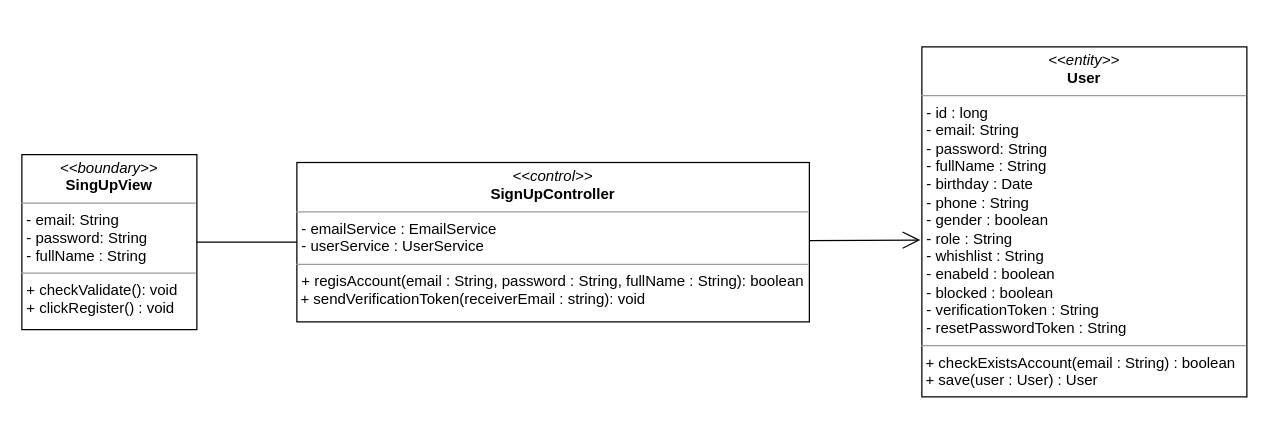
nguyenphamvan/datn_20202 keeps this draw.io diagram as class diagram/register-class-diagram.drawio. Above is the earlier version. Source tidied: cells renumbered, new cells numbered last; positions are measured from the earlier drawing's top-left corner, leaving out a move shared by most shapes. Both pictures are drawn from the tidied source at 125%, with x=0, y=0 at pixel (21, 46).
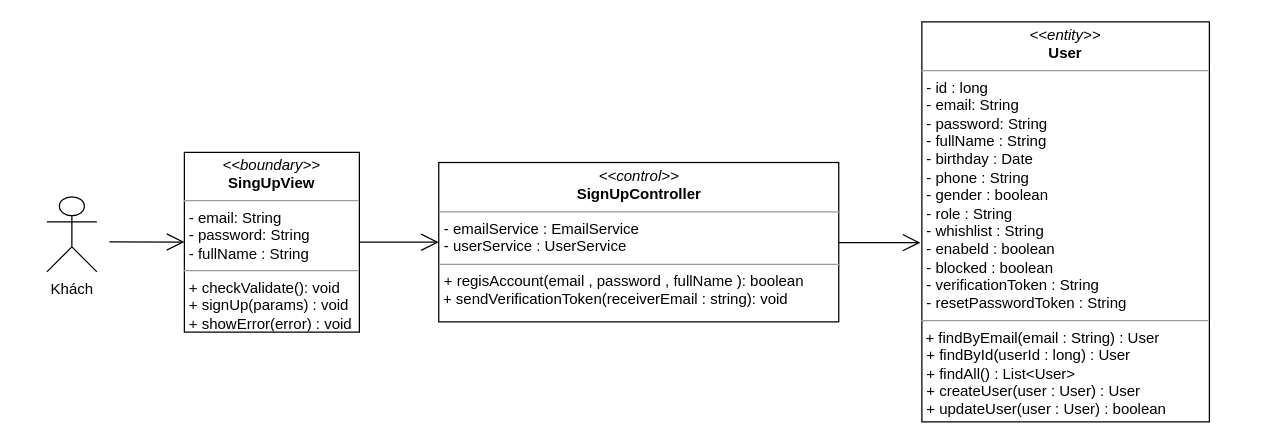
The same page after the edit.

What changed in the source:
```diff
@@
 <mxGraphModel>
   <root>
     <mxCell id="0" />
     <mxCell id="1" parent="0" />
-    <mxCell id="2" value="&lt;p style=&quot;margin: 0px ; margin-top: 4px ; text-align: center&quot;&gt;&lt;i&gt;&amp;lt;&amp;lt;boundary&amp;gt;&amp;gt;&lt;/i&gt;&lt;br&gt;&lt;b&gt;SingUpView&lt;/b&gt;&lt;/p&gt;&lt;hr size=&quot;1&quot;&gt;&lt;p style=&quot;margin: 0px ; margin-left: 4px&quot;&gt;- email: String&lt;br&gt;- password: String&lt;/p&gt;&lt;p style=&quot;margin: 0px ; margin-left: 4px&quot;&gt;- fullName : String&lt;/p&gt;&lt;hr size=&quot;1&quot;&gt;&lt;p style=&quot;margin: 0px ; margin-left: 4px&quot;&gt;+ checkValidate(): void&lt;/p&gt;&lt;p style=&quot;margin: 0px ; margin-left: 4px&quot;&gt;+ clickRegister() : void&lt;/p&gt;" style="verticalAlign=top;align=left;overflow=fill;fontSize=12;fontFamily=Helvetica;html=1;" parent="1" vertex="1">
-      <mxGeometry y="86.2" width="140" height="140" as="geometry" />
+    <mxCell id="2" value="&lt;p style=&quot;margin: 0px ; margin-top: 4px ; text-align: center&quot;&gt;&lt;i&gt;&amp;lt;&amp;lt;boundary&amp;gt;&amp;gt;&lt;/i&gt;&lt;br&gt;&lt;b&gt;SingUpView&lt;/b&gt;&lt;/p&gt;&lt;hr size=&quot;1&quot;&gt;&lt;p style=&quot;margin: 0px ; margin-left: 4px&quot;&gt;- email: String&lt;br&gt;- password: String&lt;/p&gt;&lt;p style=&quot;margin: 0px ; margin-left: 4px&quot;&gt;- fullName : String&lt;/p&gt;&lt;hr size=&quot;1&quot;&gt;&lt;p style=&quot;margin: 0px ; margin-left: 4px&quot;&gt;+ checkValidate(): void&lt;/p&gt;&lt;p style=&quot;margin: 0px ; margin-left: 4px&quot;&gt;+ signUp(params) : void&lt;/p&gt;&lt;p style=&quot;margin: 0px ; margin-left: 4px&quot;&gt;+ showError(error) : void&lt;/p&gt;&lt;p style=&quot;margin: 0px ; margin-left: 4px&quot;&gt;&lt;br&gt;&lt;/p&gt;" style="verticalAlign=top;align=left;overflow=fill;fontSize=12;fontFamily=Helvetica;html=1;" parent="1" vertex="1">
+      <mxGeometry x="130" y="84.4" width="140" height="143.8" as="geometry" />
     </mxCell>
-    <mxCell id="3" value="&lt;p style=&quot;margin: 0px ; margin-top: 4px ; text-align: center&quot;&gt;&lt;i&gt;&amp;lt;&amp;lt;entity&amp;gt;&amp;gt;&lt;/i&gt;&lt;br&gt;&lt;b&gt;User&lt;/b&gt;&lt;/p&gt;&lt;hr size=&quot;1&quot;&gt;&lt;p style=&quot;margin: 0px ; margin-left: 4px&quot;&gt;- id : long&lt;/p&gt;&lt;p style=&quot;margin: 0px ; margin-left: 4px&quot;&gt;- email: String&lt;br&gt;- password: String&lt;/p&gt;&lt;p style=&quot;margin: 0px ; margin-left: 4px&quot;&gt;- fullName : String&lt;/p&gt;&lt;p style=&quot;margin: 0px ; margin-left: 4px&quot;&gt;- birthday : Date&lt;/p&gt;&lt;p style=&quot;margin: 0px ; margin-left: 4px&quot;&gt;- phone : String&lt;/p&gt;&lt;p style=&quot;margin: 0px ; margin-left: 4px&quot;&gt;- gender : boolean&lt;/p&gt;&lt;p style=&quot;margin: 0px ; margin-left: 4px&quot;&gt;- role : String&lt;/p&gt;&lt;p style=&quot;margin: 0px ; margin-left: 4px&quot;&gt;- whishlist : String&lt;/p&gt;&lt;p style=&quot;margin: 0px ; margin-left: 4px&quot;&gt;- enabeld : boolean&lt;/p&gt;&lt;p style=&quot;margin: 0px ; margin-left: 4px&quot;&gt;- blocked : boolean&lt;/p&gt;&lt;p style=&quot;margin: 0px ; margin-left: 4px&quot;&gt;- verificationToken : String&lt;/p&gt;&lt;p style=&quot;margin: 0px ; margin-left: 4px&quot;&gt;- resetPasswordToken : String&lt;/p&gt;&lt;hr size=&quot;1&quot;&gt;&lt;p style=&quot;margin: 0px ; margin-left: 4px&quot;&gt;&lt;/p&gt;&amp;nbsp;+ checkExistsAccount(email : String) : boolean&lt;br&gt;&amp;nbsp;+ save(user : User) : User" style="verticalAlign=top;align=left;overflow=fill;fontSize=12;fontFamily=Helvetica;html=1;" parent="1" vertex="1">
-      <mxGeometry x="720" width="260" height="280" as="geometry" />
+    <mxCell id="3" value="&lt;p style=&quot;margin: 0px ; margin-top: 4px ; text-align: center&quot;&gt;&lt;i&gt;&amp;lt;&amp;lt;entity&amp;gt;&amp;gt;&lt;/i&gt;&lt;br&gt;&lt;b&gt;User&lt;/b&gt;&lt;/p&gt;&lt;hr size=&quot;1&quot;&gt;&lt;p style=&quot;margin: 0px ; margin-left: 4px&quot;&gt;- id : long&lt;/p&gt;&lt;p style=&quot;margin: 0px ; margin-left: 4px&quot;&gt;- email: String&lt;br&gt;- password: String&lt;/p&gt;&lt;p style=&quot;margin: 0px ; margin-left: 4px&quot;&gt;- fullName : String&lt;/p&gt;&lt;p style=&quot;margin: 0px ; margin-left: 4px&quot;&gt;- birthday : Date&lt;/p&gt;&lt;p style=&quot;margin: 0px ; margin-left: 4px&quot;&gt;- phone : String&lt;/p&gt;&lt;p style=&quot;margin: 0px ; margin-left: 4px&quot;&gt;- gender : boolean&lt;/p&gt;&lt;p style=&quot;margin: 0px ; margin-left: 4px&quot;&gt;- role : String&lt;/p&gt;&lt;p style=&quot;margin: 0px ; margin-left: 4px&quot;&gt;- whishlist : String&lt;/p&gt;&lt;p style=&quot;margin: 0px ; margin-left: 4px&quot;&gt;- enabeld : boolean&lt;/p&gt;&lt;p style=&quot;margin: 0px ; margin-left: 4px&quot;&gt;- blocked : boolean&lt;/p&gt;&lt;p style=&quot;margin: 0px ; margin-left: 4px&quot;&gt;- verificationToken : String&lt;/p&gt;&lt;p style=&quot;margin: 0px ; margin-left: 4px&quot;&gt;- resetPasswordToken : String&lt;/p&gt;&lt;hr size=&quot;1&quot;&gt;&lt;p style=&quot;margin: 0px ; margin-left: 4px&quot;&gt;&lt;/p&gt;&amp;nbsp;&lt;span&gt;+ findByEmail(email : String) : User&amp;nbsp;&lt;/span&gt;&lt;p style=&quot;margin: 0px 0px 0px 4px&quot;&gt;+ findById(userId : long) : User&lt;/p&gt;&lt;p style=&quot;margin: 0px 0px 0px 4px&quot;&gt;+ findAll() : List&amp;lt;User&amp;gt;&lt;/p&gt;&lt;p style=&quot;margin: 0px 0px 0px 4px&quot;&gt;+ createUser(user : User) : User&lt;/p&gt;&lt;p style=&quot;margin: 0px 0px 0px 4px&quot;&gt;+ updateUser(user : User) : boolean&lt;/p&gt;" style="verticalAlign=top;align=left;overflow=fill;fontSize=12;fontFamily=Helvetica;html=1;" parent="1" vertex="1">
+      <mxGeometry x="720" y="-20" width="230" height="320" as="geometry" />
     </mxCell>
-    <mxCell id="4" style="endArrow=none;html=1;edgeStyle=orthogonalEdgeStyle;exitX=1;exitY=0.5;exitDx=0;exitDy=0;entryX=0;entryY=0.5;entryDx=0;entryDy=0;" parent="1" edge="1" source="2" target="5">
-      <mxGeometry relative="1" as="geometry" />
-    </mxCell>
-    <mxCell id="5" value="&lt;p style=&quot;margin: 0px ; margin-top: 4px ; text-align: center&quot;&gt;&lt;i&gt;&amp;lt;&amp;lt;control&amp;gt;&amp;gt;&lt;/i&gt;&lt;br&gt;&lt;b&gt;SignUpController&lt;/b&gt;&lt;/p&gt;&lt;hr size=&quot;1&quot;&gt;&lt;p style=&quot;margin: 0px ; margin-left: 4px&quot;&gt;- emailService : EmailService&lt;br&gt;- userService : UserService&lt;/p&gt;&lt;hr size=&quot;1&quot;&gt;&lt;p style=&quot;margin: 0px ; margin-left: 4px&quot;&gt;+ regisAccount(email : String, password : String, fullName : String): boolean&lt;/p&gt;&amp;nbsp;+ sendVerificationToken(receiverEmail : string): void" style="verticalAlign=top;align=left;overflow=fill;fontSize=12;fontFamily=Helvetica;html=1;" parent="1" vertex="1">
-      <mxGeometry x="220" y="92.5" width="410" height="127.5" as="geometry" />
+    <mxCell id="5" value="&lt;p style=&quot;margin: 0px ; margin-top: 4px ; text-align: center&quot;&gt;&lt;i&gt;&amp;lt;&amp;lt;control&amp;gt;&amp;gt;&lt;/i&gt;&lt;br&gt;&lt;b&gt;SignUpController&lt;/b&gt;&lt;/p&gt;&lt;hr size=&quot;1&quot;&gt;&lt;p style=&quot;margin: 0px ; margin-left: 4px&quot;&gt;- emailService : EmailService&lt;br&gt;- userService : UserService&lt;/p&gt;&lt;hr size=&quot;1&quot;&gt;&lt;p style=&quot;margin: 0px ; margin-left: 4px&quot;&gt;+ regisAccount(email , password , fullName ): boolean&lt;/p&gt;&amp;nbsp;+ sendVerificationToken(receiverEmail : string): void" style="verticalAlign=top;align=left;overflow=fill;fontSize=12;fontFamily=Helvetica;html=1;" parent="1" vertex="1">
+      <mxGeometry x="333.5" y="92.5" width="320" height="127.5" as="geometry" />
     </mxCell>
     <mxCell id="6" style="endArrow=open;endFill=1;endSize=12;html=1;entryX=-0.005;entryY=0.552;entryDx=0;entryDy=0;entryPerimeter=0;" parent="1" edge="1" source="5" target="3">
       <mxGeometry relative="1" as="geometry" />
     </mxCell>
+    <mxCell id="4" style="endArrow=open;endFill=1;endSize=12;html=1;" parent="1" edge="1" source="2" target="5">
+      <mxGeometry relative="1" as="geometry" />
+    </mxCell>
+    <mxCell id="7" value="Khách" style="shape=umlActor;verticalLabelPosition=bottom;verticalAlign=top;html=1;" parent="1" vertex="1">
+      <mxGeometry x="20" y="120" width="40" height="60" as="geometry" />
+    </mxCell>
+    <mxCell id="8" style="endArrow=open;endFill=1;endSize=12;html=1;" parent="1" edge="1" target="2">
+      <mxGeometry relative="1" as="geometry">
+        <mxPoint x="70" y="156" as="sourcePoint" />
+      </mxGeometry>
+    </mxCell>
   </root>
 </mxGraphModel>
```
